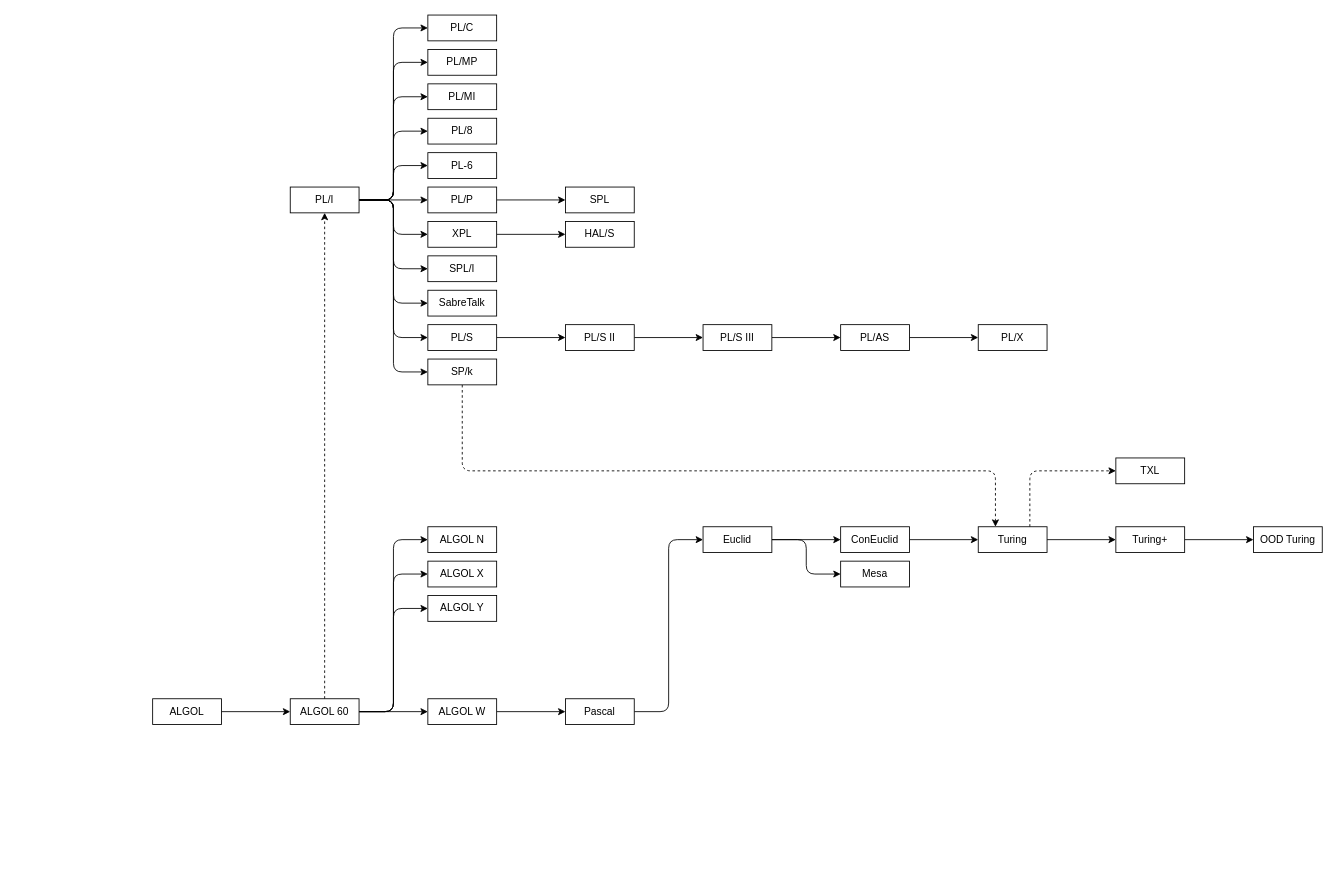
lexitoria/pltree keeps this draw.io diagram as pltree.drawio. Above is the earlier version. Source tidied: cells renumbered, new cells numbered last; positions are measured from the earlier drawing's top-left corner, leaving out a move shared by most shapes. Both pictures are drawn from the tidied source at 86%, with x=0, y=0 at pixel (152, 15).
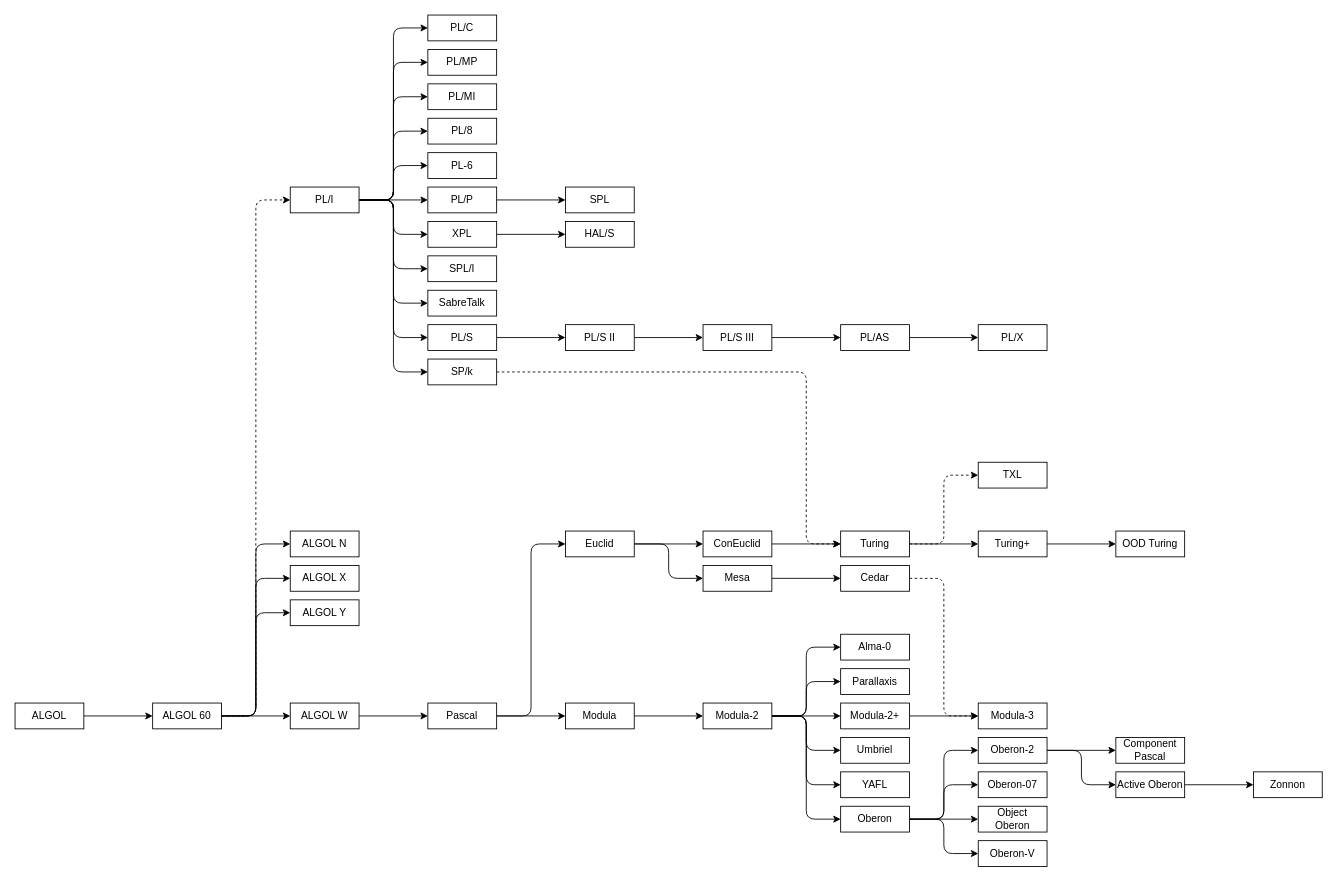
The same diagram, later.

Commit message:
Add Modula tree

Unchanged cells that the change refers to:
```xml
<mxCell id="41" value="PL/I" style="rounded=0;whiteSpace=wrap;html=1;labelBackgroundColor=none;" parent="1" vertex="1">
  <mxGeometry x="160" y="200" width="80" height="30" as="geometry" />
</mxCell>
<mxCell id="56" value="SP/k" style="rounded=0;whiteSpace=wrap;html=1;labelBackgroundColor=none;" parent="1" vertex="1">
  <mxGeometry x="320" y="400" width="80" height="30" as="geometry" />
</mxCell>
```

Change to the diagram source:
```diff
@@
     <mxCell id="3" value="ALGOL" style="rounded=0;whiteSpace=wrap;html=1;labelBackgroundColor=none;" parent="1" vertex="1">
-      <mxGeometry y="795" width="80" height="30" as="geometry" />
+      <mxGeometry x="-160" y="800" width="80" height="30" as="geometry" />
     </mxCell>
@@
-    <mxCell id="8" style="edgeStyle=orthogonalEdgeStyle;jettySize=auto;html=1;exitX=0.5;exitY=0;exitDx=0;exitDy=0;entryX=0.5;entryY=1;entryDx=0;entryDy=0;fontFamily=Helvetica;fontSize=12;fontColor=default;dashed=1;" parent="1" edge="1" source="9" target="41">
+    <mxCell id="8" style="edgeStyle=orthogonalEdgeStyle;jettySize=auto;html=1;exitX=1;exitY=0.5;exitDx=0;exitDy=0;entryX=0;entryY=0.5;entryDx=0;entryDy=0;fontFamily=Helvetica;fontSize=12;fontColor=default;dashed=1;endArrow=classic;endFill=1;" parent="1" edge="1" source="9" target="41">
       <mxGeometry relative="1" as="geometry" />
     </mxCell>
     <mxCell id="9" value="ALGOL 60" style="rounded=0;whiteSpace=wrap;html=1;labelBackgroundColor=none;" parent="1" vertex="1">
-      <mxGeometry x="160" y="795" width="80" height="30" as="geometry" />
+      <mxGeometry y="800" width="80" height="30" as="geometry" />
     </mxCell>
     <mxCell id="10" value="ALGOL N" style="rounded=0;whiteSpace=wrap;html=1;labelBackgroundColor=none;" parent="1" vertex="1">
-      <mxGeometry x="320" y="595" width="80" height="30" as="geometry" />
+      <mxGeometry x="160" y="600" width="80" height="30" as="geometry" />
     </mxCell>
     <mxCell id="11" value="ALGOL X" style="rounded=0;whiteSpace=wrap;html=1;" parent="1" vertex="1">
-      <mxGeometry x="320" y="635" width="80" height="30" as="geometry" />
+      <mxGeometry x="160" y="640" width="80" height="30" as="geometry" />
     </mxCell>
     <mxCell id="12" value="ALGOL Y" style="rounded=0;whiteSpace=wrap;html=1;" parent="1" vertex="1">
-      <mxGeometry x="320" y="675" width="80" height="30" as="geometry" />
+      <mxGeometry x="160" y="680" width="80" height="30" as="geometry" />
     </mxCell>
@@
     <mxCell id="14" value="ALGOL W" style="rounded=0;whiteSpace=wrap;html=1;" parent="1" vertex="1">
-      <mxGeometry x="320" y="795" width="80" height="30" as="geometry" />
+      <mxGeometry x="160" y="800" width="80" height="30" as="geometry" />
     </mxCell>
@@
+    <mxCell id="66" style="edgeStyle=orthogonalEdgeStyle;jettySize=auto;html=1;exitX=1;exitY=0.5;exitDx=0;exitDy=0;entryX=0;entryY=0.5;entryDx=0;entryDy=0;fontFamily=Helvetica;fontSize=12;fontColor=default;" parent="1" edge="1" source="16" target="71">
+      <mxGeometry relative="1" as="geometry" />
+    </mxCell>
     <mxCell id="16" value="Pascal" style="rounded=0;whiteSpace=wrap;html=1;" parent="1" vertex="1">
-      <mxGeometry x="480" y="795" width="80" height="30" as="geometry" />
+      <mxGeometry x="320" y="800" width="80" height="30" as="geometry" />
     </mxCell>
@@
     <mxCell id="19" value="Euclid" style="rounded=0;whiteSpace=wrap;html=1;strokeColor=default;fontFamily=Helvetica;fontSize=12;fontColor=default;fillColor=default;" parent="1" vertex="1">
-      <mxGeometry x="640" y="595" width="80" height="30" as="geometry" />
+      <mxGeometry x="480" y="600" width="80" height="30" as="geometry" />
     </mxCell>
+    <mxCell id="67" style="edgeStyle=orthogonalEdgeStyle;jettySize=auto;html=1;exitX=1;exitY=0.5;exitDx=0;exitDy=0;fontFamily=Helvetica;fontSize=12;fontColor=default;" parent="1" edge="1" source="20" target="69">
+      <mxGeometry relative="1" as="geometry" />
+    </mxCell>
     <mxCell id="20" value="Mesa" style="rounded=0;whiteSpace=wrap;html=1;strokeColor=default;fontFamily=Helvetica;fontSize=12;fontColor=default;fillColor=default;" parent="1" vertex="1">
-      <mxGeometry x="800" y="635" width="80" height="30" as="geometry" />
+      <mxGeometry x="640" y="640" width="80" height="30" as="geometry" />
     </mxCell>
@@
     <mxCell id="22" value="ConEuclid" style="rounded=0;whiteSpace=wrap;html=1;strokeColor=default;fontFamily=Helvetica;fontSize=12;fontColor=default;fillColor=default;" parent="1" vertex="1">
-      <mxGeometry x="800" y="595" width="80" height="30" as="geometry" />
+      <mxGeometry x="640" y="600" width="80" height="30" as="geometry" />
     </mxCell>
@@
-    <mxCell id="24" style="edgeStyle=orthogonalEdgeStyle;jettySize=auto;html=1;exitX=0.75;exitY=0;exitDx=0;exitDy=0;entryX=0;entryY=0.5;entryDx=0;entryDy=0;fontFamily=Helvetica;fontSize=12;fontColor=default;rounded=1;dashed=1;" parent="1" edge="1" source="25" target="29">
+    <mxCell id="24" style="edgeStyle=orthogonalEdgeStyle;jettySize=auto;html=1;exitX=1;exitY=0.5;exitDx=0;exitDy=0;entryX=0;entryY=0.5;entryDx=0;entryDy=0;fontFamily=Helvetica;fontSize=12;fontColor=default;dashed=1;" parent="1" edge="1" source="25" target="29">
       <mxGeometry relative="1" as="geometry" />
     </mxCell>
     <mxCell id="25" value="Turing" style="rounded=0;whiteSpace=wrap;html=1;strokeColor=default;fontFamily=Helvetica;fontSize=12;fontColor=default;fillColor=default;" parent="1" vertex="1">
-      <mxGeometry x="960" y="595" width="80" height="30" as="geometry" />
+      <mxGeometry x="800" y="600" width="80" height="30" as="geometry" />
     </mxCell>
@@
     <mxCell id="27" value="Turing+" style="rounded=0;whiteSpace=wrap;html=1;strokeColor=default;fontFamily=Helvetica;fontSize=12;fontColor=default;fillColor=default;" parent="1" vertex="1">
-      <mxGeometry x="1120" y="595" width="80" height="30" as="geometry" />
+      <mxGeometry x="960" y="600" width="80" height="30" as="geometry" />
     </mxCell>
     <mxCell id="28" value="OOD Turing" style="rounded=0;whiteSpace=wrap;html=1;strokeColor=default;fontFamily=Helvetica;fontSize=12;fontColor=default;fillColor=default;" parent="1" vertex="1">
-      <mxGeometry x="1280" y="595" width="80" height="30" as="geometry" />
+      <mxGeometry x="1120" y="600" width="80" height="30" as="geometry" />
     </mxCell>
     <mxCell id="29" value="TXL" style="rounded=0;whiteSpace=wrap;html=1;strokeColor=default;fontFamily=Helvetica;fontSize=12;fontColor=default;fillColor=default;" parent="1" vertex="1">
-      <mxGeometry x="1120" y="515" width="80" height="30" as="geometry" />
+      <mxGeometry x="960" y="520" width="80" height="30" as="geometry" />
     </mxCell>
@@
-    <mxCell id="55" style="edgeStyle=orthogonalEdgeStyle;jettySize=auto;html=1;exitX=0.5;exitY=1;exitDx=0;exitDy=0;entryX=0.25;entryY=0;entryDx=0;entryDy=0;fontFamily=Helvetica;fontSize=12;fontColor=default;dashed=1;" parent="1" edge="1" source="56" target="25">
+    <mxCell id="55" style="edgeStyle=orthogonalEdgeStyle;jettySize=auto;html=1;exitX=1;exitY=0.5;exitDx=0;exitDy=0;entryX=0;entryY=0.5;entryDx=0;entryDy=0;fontFamily=Helvetica;fontSize=12;fontColor=default;dashed=1;" parent="1" edge="1" source="56" target="25">
       <mxGeometry relative="1" as="geometry">
         <Array as="points">
-          <mxPoint x="360" y="530" />
-          <mxPoint x="980" y="530" />
+          <mxPoint x="760" y="415" />
+          <mxPoint x="760" y="615" />
         </Array>
       </mxGeometry>
     </mxCell>
@@
+    <mxCell id="68" style="edgeStyle=orthogonalEdgeStyle;jettySize=auto;html=1;exitX=1;exitY=0.5;exitDx=0;exitDy=0;entryX=0;entryY=0.5;entryDx=0;entryDy=0;fontFamily=Helvetica;fontSize=12;fontColor=default;dashed=1;endArrow=classic;endFill=1;" parent="1" edge="1" source="69" target="84">
+      <mxGeometry relative="1" as="geometry" />
+    </mxCell>
+    <mxCell id="69" value="Cedar" style="rounded=0;whiteSpace=wrap;html=1;labelBackgroundColor=none;" parent="1" vertex="1">
+      <mxGeometry x="800" y="640" width="80" height="30" as="geometry" />
+    </mxCell>
+    <mxCell id="70" style="edgeStyle=orthogonalEdgeStyle;jettySize=auto;html=1;exitX=1;exitY=0.5;exitDx=0;exitDy=0;entryX=0;entryY=0.5;entryDx=0;entryDy=0;fontFamily=Helvetica;fontSize=12;fontColor=default;" parent="1" edge="1" source="71" target="78">
+      <mxGeometry relative="1" as="geometry" />
+    </mxCell>
+    <mxCell id="71" value="Modula" style="rounded=0;whiteSpace=wrap;html=1;" parent="1" vertex="1">
+      <mxGeometry x="480" y="800" width="80" height="30" as="geometry" />
+    </mxCell>
+    <mxCell id="72" style="edgeStyle=orthogonalEdgeStyle;jettySize=auto;html=1;exitX=1;exitY=0.5;exitDx=0;exitDy=0;entryX=0;entryY=0.5;entryDx=0;entryDy=0;fontFamily=Helvetica;fontSize=12;fontColor=default;" parent="1" edge="1" source="78" target="83">
+      <mxGeometry relative="1" as="geometry" />
+    </mxCell>
+    <mxCell id="73" style="edgeStyle=orthogonalEdgeStyle;jettySize=auto;html=1;exitX=1;exitY=0.5;exitDx=0;exitDy=0;entryX=0;entryY=0.5;entryDx=0;entryDy=0;fontFamily=Helvetica;fontSize=12;fontColor=default;" parent="1" edge="1" source="78" target="79">
+      <mxGeometry relative="1" as="geometry" />
+    </mxCell>
+    <mxCell id="74" style="edgeStyle=orthogonalEdgeStyle;jettySize=auto;html=1;exitX=1;exitY=0.5;exitDx=0;exitDy=0;entryX=0;entryY=0.5;entryDx=0;entryDy=0;fontFamily=Helvetica;fontSize=12;fontColor=default;" parent="1" edge="1" source="78" target="80">
+      <mxGeometry relative="1" as="geometry" />
+    </mxCell>
+    <mxCell id="75" style="edgeStyle=orthogonalEdgeStyle;jettySize=auto;html=1;exitX=1;exitY=0.5;exitDx=0;exitDy=0;entryX=0;entryY=0.5;entryDx=0;entryDy=0;fontFamily=Helvetica;fontSize=12;fontColor=default;" parent="1" edge="1" source="78" target="81">
+      <mxGeometry relative="1" as="geometry" />
+    </mxCell>
+    <mxCell id="76" style="edgeStyle=orthogonalEdgeStyle;jettySize=auto;html=1;exitX=1;exitY=0.5;exitDx=0;exitDy=0;entryX=0;entryY=0.5;entryDx=0;entryDy=0;fontFamily=Helvetica;fontSize=12;fontColor=default;" parent="1" edge="1" source="78" target="85">
+      <mxGeometry relative="1" as="geometry" />
+    </mxCell>
+    <mxCell id="77" style="edgeStyle=orthogonalEdgeStyle;jettySize=auto;html=1;exitX=1;exitY=0.5;exitDx=0;exitDy=0;entryX=0;entryY=0.5;entryDx=0;entryDy=0;fontFamily=Helvetica;fontSize=12;fontColor=default;" parent="1" edge="1" source="78" target="90">
+      <mxGeometry relative="1" as="geometry" />
+    </mxCell>
+    <mxCell id="78" value="Modula-2" style="rounded=0;whiteSpace=wrap;html=1;" parent="1" vertex="1">
+      <mxGeometry x="640" y="800" width="80" height="30" as="geometry" />
+    </mxCell>
+    <mxCell id="79" value="Alma-0" style="rounded=0;whiteSpace=wrap;html=1;" parent="1" vertex="1">
+      <mxGeometry x="800" y="720" width="80" height="30" as="geometry" />
+    </mxCell>
+    <mxCell id="80" value="Parallaxis" style="rounded=0;whiteSpace=wrap;html=1;" parent="1" vertex="1">
+      <mxGeometry x="800" y="760" width="80" height="30" as="geometry" />
+    </mxCell>
+    <mxCell id="81" value="Umbriel" style="rounded=0;whiteSpace=wrap;html=1;" parent="1" vertex="1">
+      <mxGeometry x="800" y="840" width="80" height="30" as="geometry" />
+    </mxCell>
+    <mxCell id="82" style="edgeStyle=orthogonalEdgeStyle;jettySize=auto;html=1;exitX=1;exitY=0.5;exitDx=0;exitDy=0;entryX=0;entryY=0.5;entryDx=0;entryDy=0;fontFamily=Helvetica;fontSize=12;fontColor=default;" parent="1" edge="1" source="83" target="84">
+      <mxGeometry relative="1" as="geometry" />
+    </mxCell>
+    <mxCell id="83" value="Modula-2+" style="rounded=0;whiteSpace=wrap;html=1;" parent="1" vertex="1">
+      <mxGeometry x="800" y="800" width="80" height="30" as="geometry" />
+    </mxCell>
+    <mxCell id="84" value="Modula-3" style="rounded=0;whiteSpace=wrap;html=1;" parent="1" vertex="1">
+      <mxGeometry x="960" y="800" width="80" height="30" as="geometry" />
+    </mxCell>
+    <mxCell id="85" value="YAFL" style="rounded=0;whiteSpace=wrap;html=1;" parent="1" vertex="1">
+      <mxGeometry x="800" y="880" width="80" height="30" as="geometry" />
+    </mxCell>
+    <mxCell id="86" style="edgeStyle=orthogonalEdgeStyle;jettySize=auto;html=1;exitX=1;exitY=0.5;exitDx=0;exitDy=0;entryX=0;entryY=0.5;entryDx=0;entryDy=0;fontFamily=Helvetica;fontSize=12;fontColor=default;" parent="1" edge="1" source="90" target="93">
+      <mxGeometry relative="1" as="geometry" />
+    </mxCell>
+    <mxCell id="87" style="edgeStyle=orthogonalEdgeStyle;jettySize=auto;html=1;exitX=1;exitY=0.5;exitDx=0;exitDy=0;entryX=0;entryY=0.5;entryDx=0;entryDy=0;fontFamily=Helvetica;fontSize=12;fontColor=default;" parent="1" edge="1" source="90" target="94">
+      <mxGeometry relative="1" as="geometry" />
+    </mxCell>
+    <mxCell id="88" style="edgeStyle=orthogonalEdgeStyle;jettySize=auto;html=1;exitX=1;exitY=0.5;exitDx=0;exitDy=0;entryX=0;entryY=0.5;entryDx=0;entryDy=0;fontFamily=Helvetica;fontSize=12;fontColor=default;" parent="1" edge="1" source="90" target="95">
+      <mxGeometry relative="1" as="geometry" />
+    </mxCell>
+    <mxCell id="89" style="edgeStyle=orthogonalEdgeStyle;jettySize=auto;html=1;exitX=1;exitY=0.5;exitDx=0;exitDy=0;entryX=0;entryY=0.5;entryDx=0;entryDy=0;fontFamily=Helvetica;fontSize=12;fontColor=default;" parent="1" edge="1" source="90" target="96">
+      <mxGeometry relative="1" as="geometry" />
+    </mxCell>
+    <mxCell id="90" value="Oberon" style="rounded=0;whiteSpace=wrap;html=1;" parent="1" vertex="1">
+      <mxGeometry x="800" y="920" width="80" height="30" as="geometry" />
+    </mxCell>
+    <mxCell id="91" style="edgeStyle=orthogonalEdgeStyle;jettySize=auto;html=1;exitX=1;exitY=0.5;exitDx=0;exitDy=0;entryX=0;entryY=0.5;entryDx=0;entryDy=0;fontFamily=Helvetica;fontSize=12;fontColor=default;" parent="1" edge="1" source="93" target="98">
+      <mxGeometry relative="1" as="geometry" />
+    </mxCell>
+    <mxCell id="92" style="edgeStyle=orthogonalEdgeStyle;jettySize=auto;html=1;exitX=1;exitY=0.5;exitDx=0;exitDy=0;entryX=0;entryY=0.5;entryDx=0;entryDy=0;fontFamily=Helvetica;fontSize=12;fontColor=default;" parent="1" edge="1" source="93" target="100">
+      <mxGeometry relative="1" as="geometry" />
+    </mxCell>
+    <mxCell id="93" value="Oberon-2" style="rounded=0;whiteSpace=wrap;html=1;" parent="1" vertex="1">
+      <mxGeometry x="960" y="840" width="80" height="30" as="geometry" />
+    </mxCell>
+    <mxCell id="94" value="Oberon-07" style="rounded=0;whiteSpace=wrap;html=1;" parent="1" vertex="1">
+      <mxGeometry x="960" y="880" width="80" height="30" as="geometry" />
+    </mxCell>
+    <mxCell id="95" value="Object Oberon" style="rounded=0;whiteSpace=wrap;html=1;" parent="1" vertex="1">
+      <mxGeometry x="960" y="920" width="80" height="30" as="geometry" />
+    </mxCell>
+    <mxCell id="96" value="Oberon-V" style="rounded=0;whiteSpace=wrap;html=1;" parent="1" vertex="1">
+      <mxGeometry x="960" y="960" width="80" height="30" as="geometry" />
+    </mxCell>
+    <mxCell id="97" style="edgeStyle=orthogonalEdgeStyle;jettySize=auto;html=1;exitX=1;exitY=0.5;exitDx=0;exitDy=0;entryX=0;entryY=0.5;entryDx=0;entryDy=0;fontFamily=Helvetica;fontSize=12;fontColor=default;" parent="1" edge="1" source="98" target="99">
+      <mxGeometry relative="1" as="geometry" />
+    </mxCell>
+    <mxCell id="98" value="Active Oberon" style="rounded=0;whiteSpace=wrap;html=1;" parent="1" vertex="1">
+      <mxGeometry x="1120" y="880" width="80" height="30" as="geometry" />
+    </mxCell>
+    <mxCell id="99" value="Zonnon" style="rounded=0;whiteSpace=wrap;html=1;" parent="1" vertex="1">
+      <mxGeometry x="1280" y="880" width="80" height="30" as="geometry" />
+    </mxCell>
+    <mxCell id="100" value="Component Pascal" style="rounded=0;whiteSpace=wrap;html=1;" parent="1" vertex="1">
+      <mxGeometry x="1120" y="840" width="80" height="30" as="geometry" />
+    </mxCell>
```
